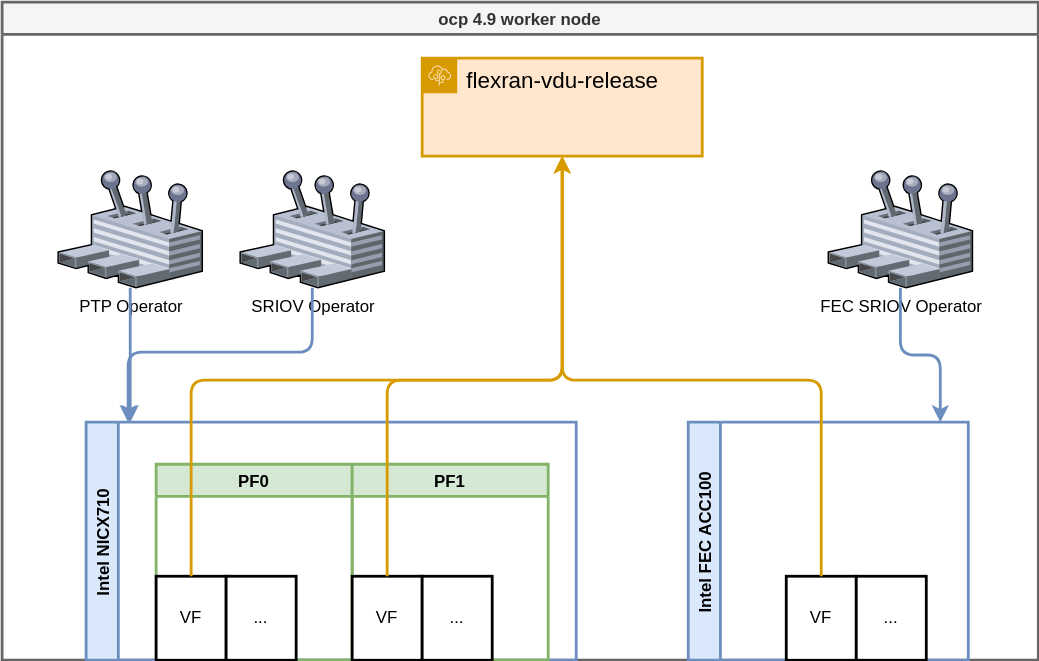
wangzheng422/docker_env keeps this draw.io diagram as redhat/ocp4/4.10/dia/4.10.flexran.operator.drawio.svg. Above is the earlier version. Source tidied: cells renumbered, new cells last; positions are measured from the earlier drawing's top-left corner, leaving out a move shared by most shapes.
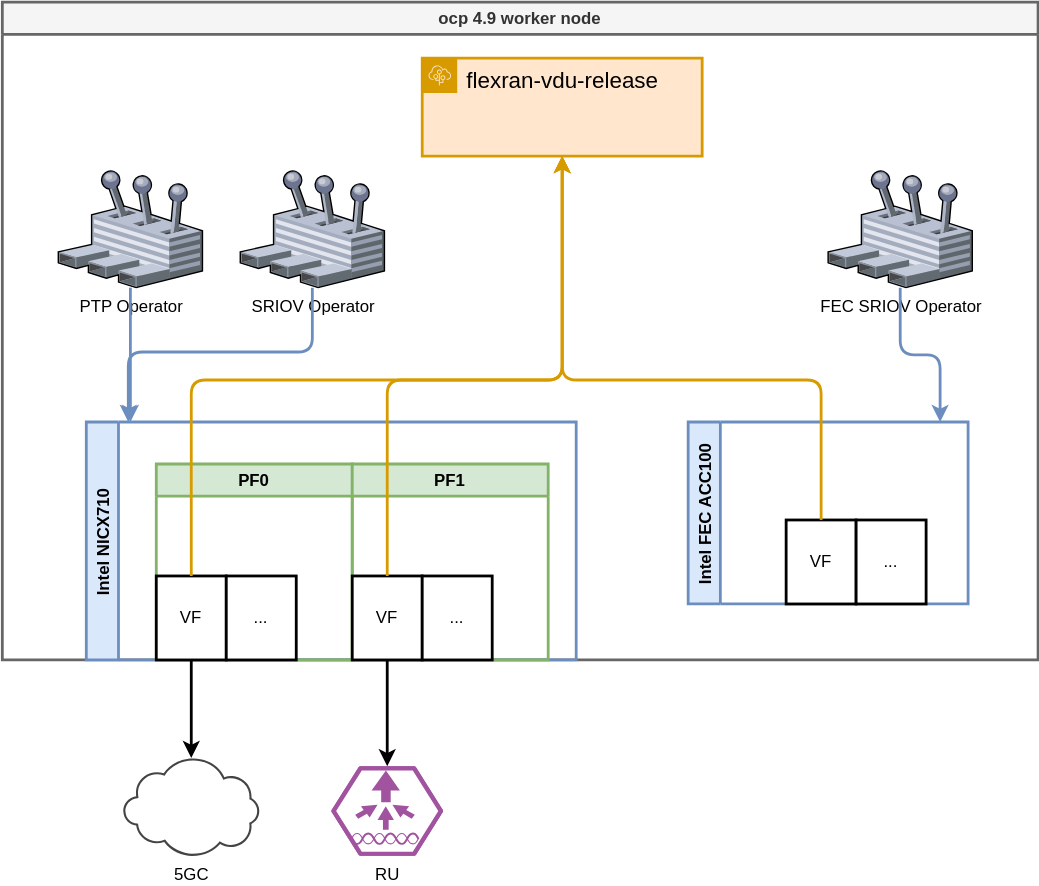
The same diagram one commit later.

Change to the diagram source:
```diff
@@ -30,13 +30,13 @@
       <mxGeometry x="50" y="80" width="50" height="60" as="geometry" />
     </mxCell>
     <mxCell id="11" value="Intel FEC ACC100" style="swimlane;horizontal=0;strokeWidth=2;fillColor=#dae8fc;strokeColor=#6c8ebf;" parent="2" vertex="1">
-      <mxGeometry x="490" y="300" width="200" height="170" as="geometry" />
+      <mxGeometry x="490" y="300" width="200" height="130" as="geometry" />
     </mxCell>
     <mxCell id="12" value="VF" style="rounded=0;whiteSpace=wrap;html=1;strokeWidth=2;" parent="11" vertex="1">
-      <mxGeometry x="70" y="110" width="50" height="60" as="geometry" />
+      <mxGeometry x="70" y="70" width="50" height="60" as="geometry" />
     </mxCell>
     <mxCell id="13" value="..." style="rounded=0;whiteSpace=wrap;html=1;strokeWidth=2;" parent="11" vertex="1">
-      <mxGeometry x="120" y="110" width="50" height="60" as="geometry" />
+      <mxGeometry x="120" y="70" width="50" height="60" as="geometry" />
     </mxCell>
     <mxCell id="14" value="PTP Operator" style="verticalLabelPosition=bottom;sketch=0;html=1;verticalAlign=top;strokeColor=none;align=center;outlineConnect=0;shape=mxgraph.citrix.user_control;" parent="2" vertex="1">
       <mxGeometry x="40" y="120" width="103" height="84" as="geometry" />
@@ -92,5 +92,17 @@
         </Array>
       </mxGeometry>
     </mxCell>
+    <mxCell id="23" value="5GC" style="sketch=0;shadow=0;dashed=0;html=1;strokeColor=none;fillColor=#434445;labelPosition=center;verticalLabelPosition=bottom;verticalAlign=top;align=center;outlineConnect=0;shape=mxgraph.vvd.telco_network;" parent="1" vertex="1">
+      <mxGeometry x="86.4" y="540" width="97.2" height="70" as="geometry" />
+    </mxCell>
+    <mxCell id="24" style="edgeStyle=orthogonalEdgeStyle;html=1;strokeWidth=2;" parent="1" edge="1" source="6" target="23">
+      <mxGeometry relative="1" as="geometry" />
+    </mxCell>
+    <mxCell id="25" value="RU" style="verticalLabelPosition=bottom;sketch=0;html=1;fillColor=#A153A0;strokeColor=#ffffff;verticalAlign=top;align=center;points=[[0,0.5,0],[0.125,0.25,0],[0.25,0,0],[0.5,0,0],[0.75,0,0],[0.875,0.25,0],[1,0.5,0],[0.875,0.75,0],[0.75,1,0],[0.5,1,0],[0.125,0.75,0]];shape=mxgraph.cisco_safe.compositeIcon;bgIcon=mxgraph.cisco_safe.design.blank_device;resIcon=mxgraph.cisco_safe.design.vwlan_controller;" parent="1" vertex="1">
+      <mxGeometry x="235" y="546" width="80" height="64" as="geometry" />
+    </mxCell>
+    <mxCell id="26" style="edgeStyle=orthogonalEdgeStyle;html=1;entryX=0.5;entryY=0;entryDx=0;entryDy=0;entryPerimeter=0;strokeWidth=2;" parent="1" edge="1" source="9" target="25">
+      <mxGeometry relative="1" as="geometry" />
+    </mxCell>
   </root>
 </mxGraphModel>
```
